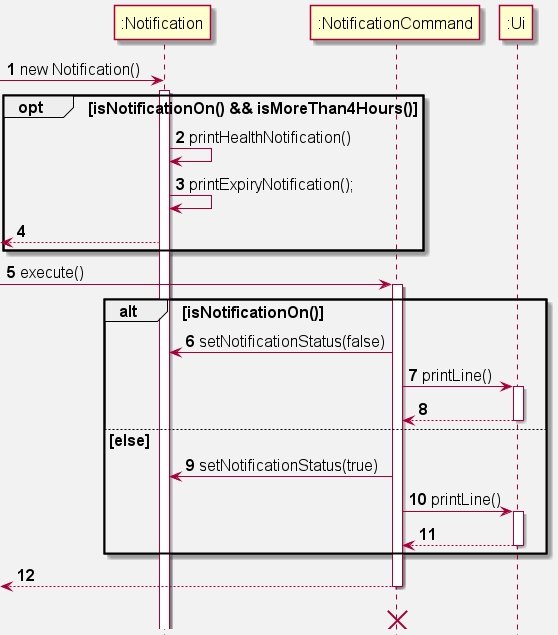
Before: docs/umlDiagrams/NotificationSequence.png, a diagram exported from PlantUML (uosjapuelks/tp).
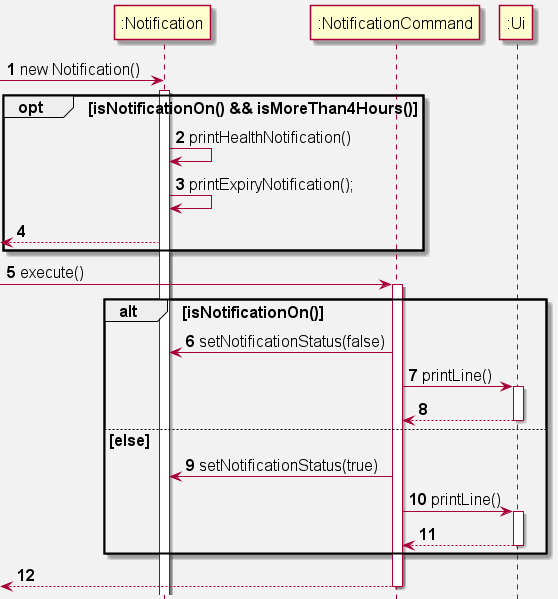
Later version of the same file.

Commit message:
Fix diagrams format

Change to the diagram source:
```diff
@@ -38,7 +38,6 @@
     end
     <-- NotificationCommand
 deactivate NotificationCommand
-    <-[hidden]- NotificationCommand
-destroy NotificationCommand
+
 
 @enduml
```
